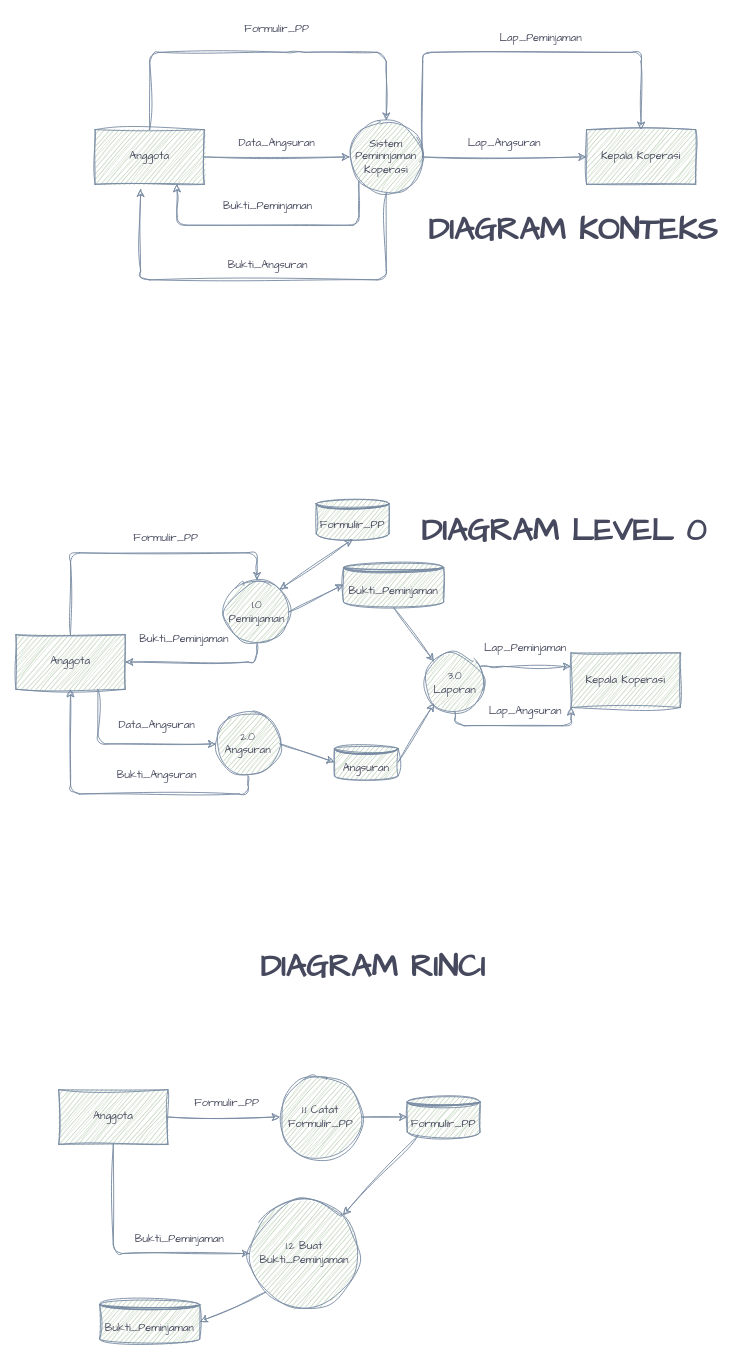
Before: RPL_DFD_Prak2_231024.drawio in Suryzw/draw.io, a draw.io diagram. Source tidied: cells renumbered, new cells numbered last; positions are measured from the earlier drawing's top-left corner, leaving out a move shared by most shapes. Both pictures are drawn from the tidied source at 91%, with x=0, y=0 at pixel (15, 15).
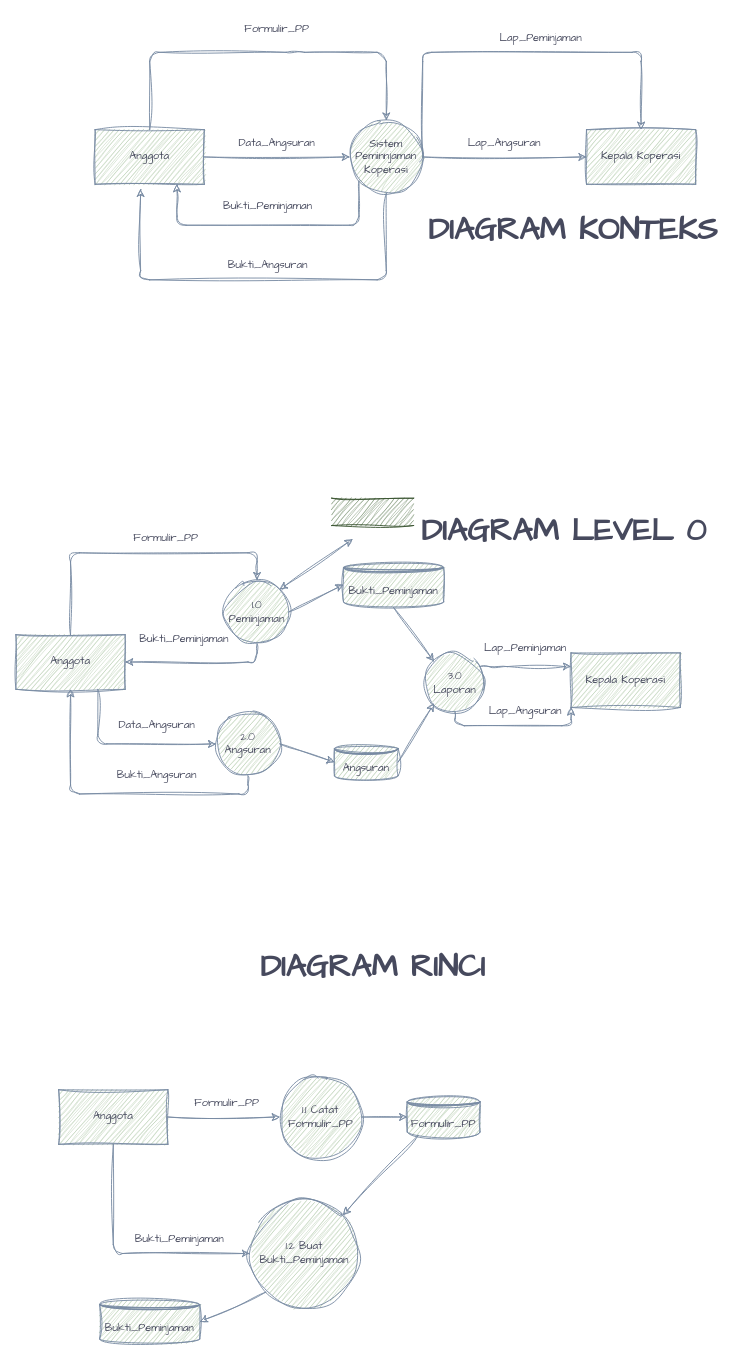
After the change.

Unchanged cells that the change refers to:
```xml
<mxCell id="18" value="1.0 Peminjaman" style="ellipse;whiteSpace=wrap;html=1;rounded=1;sketch=1;hachureGap=4;jiggle=2;curveFitting=1;strokeColor=#788AA3;fontFamily=Architects Daughter;fontColor=#46495D;fillColor=#B2C9AB;" parent="1" vertex="1">
  <mxGeometry x="230" y="620" width="70" height="70" as="geometry" />
</mxCell>
```

The edit, as a diff of the source:
```diff
@@
-    <mxCell id="32" style="endArrow=classic;startArrow=classic;html=1;rounded=1;sketch=1;hachureGap=4;jiggle=2;curveFitting=1;strokeColor=#788AA3;fontFamily=Architects Daughter;fontColor=#46495D;fillColor=#B2C9AB;exitX=1;exitY=0;exitDx=0;exitDy=0;entryX=0.5;entryY=1;entryDx=0;entryDy=0;" parent="1" edge="1" source="18" target="39">
-      <mxGeometry relative="1" as="geometry" />
+    <mxCell id="32" style="endArrow=classic;startArrow=classic;html=1;rounded=1;sketch=1;hachureGap=4;jiggle=2;curveFitting=1;strokeColor=#788AA3;fontFamily=Architects Daughter;fontColor=#46495D;fillColor=#B2C9AB;exitX=1;exitY=0;exitDx=0;exitDy=0;entryX=0.5;entryY=1;entryDx=0;entryDy=0;" parent="1" edge="1" source="18">
+      <mxGeometry relative="1" as="geometry">
+        <mxPoint x="370" y="575" as="targetPoint" />
+      </mxGeometry>
     </mxCell>
@@
-    <mxCell id="39" value="Formulir_PP" style="shape=datastore;whiteSpace=wrap;html=1;rounded=1;sketch=1;hachureGap=4;jiggle=2;curveFitting=1;strokeColor=#788AA3;fontFamily=Architects Daughter;fontColor=#46495D;fillColor=#B2C9AB;" parent="1" vertex="1">
-      <mxGeometry x="330" y="530" width="80" height="45" as="geometry" />
-    </mxCell>
@@
+    <mxCell id="58" style="shape=partialRectangle;whiteSpace=wrap;html=1;left=0;right=0;fillColor=#6d8764;sketch=1;hachureGap=4;jiggle=2;curveFitting=1;fontFamily=Architects Daughter;fontColor=#ffffff;strokeColor=#3A5431;" parent="1" vertex="1">
+      <mxGeometry x="347" y="530" width="90" height="30" as="geometry" />
+    </mxCell>
```
